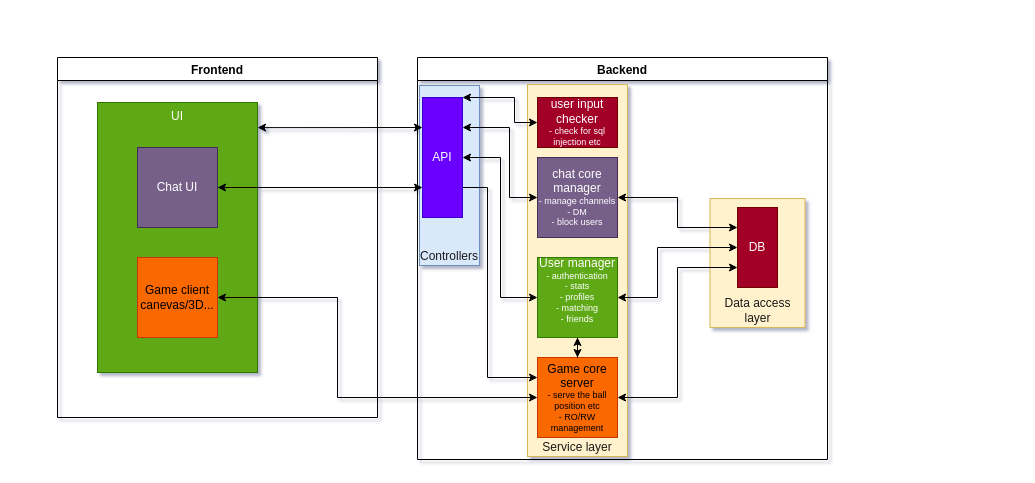
The draw.io diagram docs/architecture.drawio in frdescam/transcendence, before the edit. Source tidied: cells renumbered, new cells numbered last; positions are measured from the earlier drawing's top-left corner, leaving out a move shared by most shapes. Both pictures are drawn from the tidied source at 100%, with x=0, y=0 at pixel (57, 57).
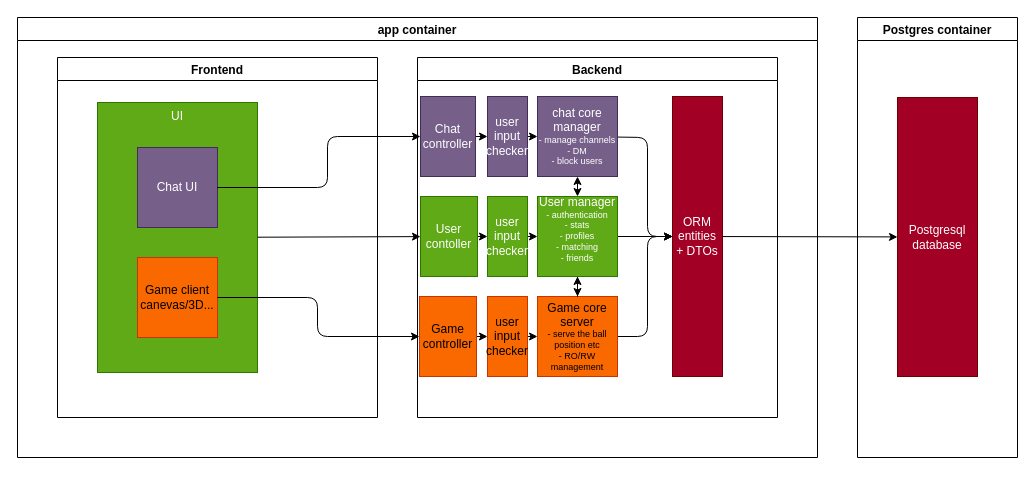
The same page after the edit.

Commit message (it also covers changes not shown here):
update architecture diagram

Unchanged cells that the change refers to:
```xml
<mxCell id="20" value="UI" style="rounded=0;whiteSpace=wrap;html=1;verticalAlign=top;fillColor=#60a917;fontColor=#ffffff;strokeColor=#2D7600;" parent="19" vertex="1">
  <mxGeometry x="40" y="45" width="160" height="270" as="geometry" />
</mxCell>
<mxCell id="21" value="Game client canevas/3D..." style="whiteSpace=wrap;html=1;fillColor=#fa6800;fontColor=#000000;strokeColor=#C73500;" parent="19" vertex="1">
  <mxGeometry x="80" y="200" width="80" height="80" as="geometry" />
</mxCell>
<mxCell id="22" value="Chat UI" style="whiteSpace=wrap;html=1;fillColor=#76608a;fontColor=#ffffff;strokeColor=#432D57;" parent="19" vertex="1">
  <mxGeometry x="80" y="90" width="80" height="80" as="geometry" />
</mxCell>
```

Change to the diagram source:
```diff
@@
-<mxGraphModel shadow="1">
+<mxGraphModel>
@@
     <mxCell id="2" value="Backend" style="swimlane;" parent="1" vertex="1">
-      <mxGeometry x="360" width="410" height="402" as="geometry" />
+      <mxGeometry x="360" width="360" height="360" as="geometry" />
     </mxCell>
-    <mxCell id="3" value="&lt;font color=&quot;#1a1a1a&quot;&gt;Service layer&lt;/font&gt;" style="rounded=0;whiteSpace=wrap;html=1;fillColor=#fff2cc;strokeColor=#d6b656;verticalAlign=bottom;" parent="2" vertex="1">
-      <mxGeometry x="110" y="27" width="100" height="372" as="geometry" />
-    </mxCell>
+    <mxCell id="27" style="edgeStyle=none;html=1;" parent="2" edge="1" source="4" target="10">
+      <mxGeometry relative="1" as="geometry" />
+    </mxCell>
-    <mxCell id="4" value="&lt;div&gt;user input checker&lt;/div&gt;&lt;div style=&quot;font-size: 9px&quot;&gt;- check for sql injection etc&lt;br&gt;&lt;/div&gt;" style="rounded=0;whiteSpace=wrap;html=1;fillColor=#a20025;fontColor=#ffffff;strokeColor=#6F0000;" parent="2" vertex="1">
-      <mxGeometry x="120" y="40" width="80" height="50" as="geometry" />
+    <mxCell id="4" value="&lt;div&gt;user input checker&lt;/div&gt;" style="rounded=0;whiteSpace=wrap;html=1;fillColor=#76608a;fontColor=#ffffff;strokeColor=#432D57;" parent="2" vertex="1">
+      <mxGeometry x="70" y="39" width="40" height="80" as="geometry" />
     </mxCell>
-    <mxCell id="5" value="&lt;font color=&quot;#1a1a1a&quot;&gt;Data access layer&lt;/font&gt;" style="rounded=0;whiteSpace=wrap;html=1;fillColor=#fff2cc;strokeColor=#d6b656;verticalAlign=bottom;" parent="2" vertex="1">
-      <mxGeometry x="292.5" y="141" width="95" height="129" as="geometry" />
-    </mxCell>
-    <mxCell id="6" value="DB" style="rounded=0;whiteSpace=wrap;html=1;fillColor=#a20025;fontColor=#ffffff;strokeColor=#6F0000;" parent="2" vertex="1">
-      <mxGeometry x="320" y="150" width="40" height="80" as="geometry" />
+    <mxCell id="6" value="ORM&lt;br&gt;entities + DTOs" style="rounded=0;whiteSpace=wrap;html=1;fillColor=#a20025;fontColor=#ffffff;strokeColor=#6F0000;" parent="2" vertex="1">
+      <mxGeometry x="255" y="39" width="50" height="280" as="geometry" />
     </mxCell>
-    <mxCell id="7" style="edgeStyle=orthogonalEdgeStyle;rounded=0;jettySize=auto;html=1;startArrow=classic;startFill=1;" parent="2" edge="1" source="8">
-      <mxGeometry relative="1" as="geometry">
-        <mxPoint x="320" y="210" as="targetPoint" />
-        <Array as="points">
-          <mxPoint x="260" y="340" />
-          <mxPoint x="260" y="210" />
-        </Array>
-      </mxGeometry>
-    </mxCell>
+    <mxCell id="28" style="edgeStyle=none;html=1;" parent="2" edge="1" source="8" target="6">
+      <mxGeometry relative="1" as="geometry">
+        <Array as="points">
+          <mxPoint x="230" y="279" />
+          <mxPoint x="230" y="179" />
+        </Array>
+      </mxGeometry>
+    </mxCell>
     <mxCell id="8" value="&lt;div&gt;Game core server&lt;/div&gt;&lt;div style=&quot;font-size: 9px&quot;&gt;- serve the ball position etc&lt;/div&gt;&lt;div style=&quot;font-size: 9px&quot;&gt;- RO/RW management&lt;br&gt;&lt;/div&gt;" style="rounded=0;whiteSpace=wrap;html=1;fillColor=#fa6800;fontColor=#000000;strokeColor=#C73500;" parent="2" vertex="1">
-      <mxGeometry x="120" y="300" width="80" height="80" as="geometry" />
+      <mxGeometry x="120" y="239" width="80" height="80" as="geometry" />
     </mxCell>
-    <mxCell id="9" style="edgeStyle=orthogonalEdgeStyle;rounded=0;jettySize=auto;html=1;startArrow=classic;startFill=1;" parent="2" edge="1" source="10" target="6">
+    <mxCell id="9" style="edgeStyle=none;html=1;" parent="2" edge="1" source="10" target="6">
       <mxGeometry relative="1" as="geometry">
         <Array as="points">
-          <mxPoint x="260" y="140" />
-          <mxPoint x="260" y="170" />
+          <mxPoint x="230" y="80" />
+          <mxPoint x="230" y="179" />
         </Array>
       </mxGeometry>
     </mxCell>
+    <mxCell id="29" style="edgeStyle=none;html=1;startArrow=classic;startFill=1;" parent="2" edge="1" source="10" target="13">
+      <mxGeometry relative="1" as="geometry" />
+    </mxCell>
     <mxCell id="10" value="&lt;div&gt;chat core manager&lt;/div&gt;&lt;div style=&quot;font-size: 9px&quot;&gt;- manage channels&lt;/div&gt;&lt;div style=&quot;font-size: 9px&quot;&gt;- DM&lt;/div&gt;&lt;div style=&quot;font-size: 9px&quot;&gt;- block users&lt;br&gt;&lt;/div&gt;" style="whiteSpace=wrap;html=1;fillColor=#76608a;fontColor=#ffffff;strokeColor=#432D57;" parent="2" vertex="1">
-      <mxGeometry x="120" y="100" width="80" height="80" as="geometry" />
+      <mxGeometry x="120" y="39" width="80" height="80" as="geometry" />
     </mxCell>
+    <mxCell id="12" style="edgeStyle=orthogonalEdgeStyle;rounded=0;jettySize=auto;html=1;startArrow=classic;startFill=1;" parent="2" edge="1" source="13" target="8">
+      <mxGeometry relative="1" as="geometry" />
+    </mxCell>
-    <mxCell id="11" style="edgeStyle=orthogonalEdgeStyle;rounded=0;jettySize=auto;html=1;entryX=0;entryY=0.5;entryDx=0;entryDy=0;startArrow=classic;startFill=1;" parent="2" edge="1" source="13" target="6">
-      <mxGeometry relative="1" as="geometry">
-        <Array as="points">
-          <mxPoint x="240" y="240" />
-          <mxPoint x="240" y="190" />
-        </Array>
-      </mxGeometry>
+    <mxCell id="11" style="edgeStyle=none;html=1;" parent="2" edge="1" source="13" target="6">
+      <mxGeometry relative="1" as="geometry" />
     </mxCell>
-    <mxCell id="12" style="edgeStyle=orthogonalEdgeStyle;rounded=0;jettySize=auto;html=1;startArrow=classic;startFill=1;" parent="2" edge="1" source="13" target="8">
-      <mxGeometry relative="1" as="geometry" />
-    </mxCell>
     <mxCell id="13" value="&lt;div&gt;User manager&lt;/div&gt;&lt;div style=&quot;font-size: 9px&quot;&gt;- &lt;font style=&quot;font-size: 9px&quot;&gt;authentication&lt;/font&gt;&lt;/div&gt;&lt;div style=&quot;font-size: 9px&quot;&gt;&lt;font style=&quot;font-size: 9px&quot;&gt;- stats&lt;/font&gt;&lt;/div&gt;&lt;div style=&quot;font-size: 9px&quot;&gt;&lt;font style=&quot;font-size: 9px&quot;&gt;- profiles&lt;/font&gt;&lt;/div&gt;&lt;div style=&quot;font-size: 9px&quot;&gt;&lt;font style=&quot;font-size: 9px&quot;&gt;- matching&lt;/font&gt;&lt;/div&gt;&lt;div style=&quot;font-size: 9px&quot;&gt;&lt;font style=&quot;font-size: 9px&quot;&gt;- friends&lt;br&gt;&lt;/font&gt;&lt;/div&gt;&lt;div&gt;&lt;br&gt;&lt;/div&gt;" style="whiteSpace=wrap;html=1;fillColor=#60a917;fontColor=#ffffff;strokeColor=#2D7600;" parent="2" vertex="1">
-      <mxGeometry x="120" y="200" width="80" height="80" as="geometry" />
+      <mxGeometry x="120" y="139" width="80" height="80" as="geometry" />
     </mxCell>
-    <mxCell id="14" value="&lt;font color=&quot;#1a1a1a&quot;&gt;Controllers&lt;/font&gt;" style="rounded=0;whiteSpace=wrap;html=1;fillColor=#dae8fc;strokeColor=#6c8ebf;verticalAlign=bottom;" parent="2" vertex="1">
-      <mxGeometry x="2" y="28" width="60" height="180" as="geometry" />
-    </mxCell>
-    <mxCell id="15" style="edgeStyle=orthogonalEdgeStyle;rounded=0;jettySize=auto;html=1;entryX=0;entryY=0.5;entryDx=0;entryDy=0;startArrow=classic;startFill=1;exitX=1;exitY=0;exitDx=0;exitDy=0;" parent="1" edge="1" source="18" target="4">
-      <mxGeometry relative="1" as="geometry">
-        <Array as="points">
-          <mxPoint x="457" y="40" />
-          <mxPoint x="457" y="65" />
-        </Array>
-      </mxGeometry>
+    <mxCell id="15" style="edgeStyle=none;html=1;" parent="2" edge="1" source="18" target="4">
+      <mxGeometry relative="1" as="geometry" />
     </mxCell>
-    <mxCell id="16" style="edgeStyle=orthogonalEdgeStyle;rounded=0;jettySize=auto;html=1;startArrow=classic;startFill=1;exitX=1;exitY=0.25;exitDx=0;exitDy=0;" parent="1" edge="1" source="18" target="10">
-      <mxGeometry relative="1" as="geometry">
-        <Array as="points">
-          <mxPoint x="452" y="70" />
-          <mxPoint x="452" y="140" />
-        </Array>
-      </mxGeometry>
-    </mxCell>
-    <mxCell id="17" style="edgeStyle=orthogonalEdgeStyle;rounded=0;jettySize=auto;html=1;entryX=0;entryY=0.25;entryDx=0;entryDy=0;exitX=1;exitY=0.75;exitDx=0;exitDy=0;" parent="1" edge="1" source="18" target="8">
-      <mxGeometry relative="1" as="geometry">
-        <Array as="points">
-          <mxPoint x="430" y="130" />
-          <mxPoint x="430" y="320" />
-        </Array>
-      </mxGeometry>
-    </mxCell>
-    <mxCell id="18" value="API" style="rounded=0;whiteSpace=wrap;html=1;fillColor=#6a00ff;fontColor=#ffffff;strokeColor=#3700CC;" parent="1" vertex="1">
-      <mxGeometry x="365" y="40" width="40" height="120" as="geometry" />
+    <mxCell id="18" value="Chat controller" style="rounded=0;whiteSpace=wrap;html=1;fillColor=#76608a;strokeColor=#432D57;fontColor=#ffffff;" parent="2" vertex="1">
+      <mxGeometry x="3" y="39" width="55" height="80" as="geometry" />
     </mxCell>
+    <mxCell id="30" style="edgeStyle=none;html=1;" parent="2" edge="1" source="31" target="35">
+      <mxGeometry relative="1" as="geometry" />
+    </mxCell>
+    <mxCell id="31" value="User contoller" style="rounded=0;whiteSpace=wrap;html=1;fillColor=#60a917;fontColor=#ffffff;strokeColor=#2D7600;" parent="2" vertex="1">
+      <mxGeometry x="3" y="139" width="57" height="80" as="geometry" />
+    </mxCell>
+    <mxCell id="32" style="edgeStyle=none;html=1;" parent="2" edge="1" source="33" target="37">
+      <mxGeometry relative="1" as="geometry" />
+    </mxCell>
+    <mxCell id="33" value="Game controller" style="rounded=0;whiteSpace=wrap;html=1;fillColor=#fa6800;fontColor=#000000;strokeColor=#C73500;" parent="2" vertex="1">
+      <mxGeometry x="2" y="239" width="57" height="80" as="geometry" />
+    </mxCell>
+    <mxCell id="34" style="edgeStyle=none;html=1;" parent="2" edge="1" source="35" target="13">
+      <mxGeometry relative="1" as="geometry" />
+    </mxCell>
+    <mxCell id="35" value="user input checker" style="rounded=0;whiteSpace=wrap;html=1;fillColor=#60a917;fontColor=#ffffff;strokeColor=#2D7600;" parent="2" vertex="1">
+      <mxGeometry x="70" y="139" width="40" height="80" as="geometry" />
+    </mxCell>
+    <mxCell id="36" style="edgeStyle=none;html=1;" parent="2" edge="1" source="37" target="8">
+      <mxGeometry relative="1" as="geometry" />
+    </mxCell>
+    <mxCell id="37" value="user input checker" style="rounded=0;whiteSpace=wrap;html=1;fillColor=#fa6800;fontColor=#000000;strokeColor=#C73500;" parent="2" vertex="1">
+      <mxGeometry x="70" y="239" width="40" height="80" as="geometry" />
+    </mxCell>
@@
-    <mxCell id="23" style="edgeStyle=orthogonalEdgeStyle;rounded=0;jettySize=auto;html=1;entryX=0;entryY=0.5;entryDx=0;entryDy=0;startArrow=classic;startFill=1;" parent="1" edge="1" source="21" target="8">
-      <mxGeometry relative="1" as="geometry">
-        <Array as="points">
-          <mxPoint x="280" y="240" />
-          <mxPoint x="280" y="340" />
-        </Array>
-      </mxGeometry>
-    </mxCell>
-    <mxCell id="24" style="edgeStyle=orthogonalEdgeStyle;rounded=0;jettySize=auto;html=1;entryX=0;entryY=0.25;entryDx=0;entryDy=0;startArrow=classic;startFill=1;exitX=1;exitY=0.093;exitDx=0;exitDy=0;exitPerimeter=0;" parent="1" edge="1" source="20" target="18">
-      <mxGeometry relative="1" as="geometry" />
-    </mxCell>
+    <mxCell id="38" value="Postgres container" style="swimlane;" parent="1" vertex="1">
+      <mxGeometry x="800" y="-40" width="160" height="440" as="geometry" />
+    </mxCell>
+    <mxCell id="39" value="Postgresql database" style="rounded=0;whiteSpace=wrap;html=1;fillColor=#a20025;fontColor=#ffffff;strokeColor=#6F0000;" parent="38" vertex="1">
+      <mxGeometry x="40" y="80" width="80" height="279" as="geometry" />
+    </mxCell>
+    <mxCell id="40" value="app container" style="swimlane;" parent="1" vertex="1">
+      <mxGeometry x="-40" y="-40" width="800" height="440" as="geometry" />
+    </mxCell>
+    <mxCell id="41" style="edgeStyle=none;html=1;" parent="1" edge="1" source="20" target="31">
+      <mxGeometry relative="1" as="geometry" />
+    </mxCell>
-    <mxCell id="25" style="edgeStyle=orthogonalEdgeStyle;rounded=0;jettySize=auto;html=1;entryX=0;entryY=0.75;entryDx=0;entryDy=0;startArrow=classic;startFill=1;" parent="1" edge="1" source="22" target="18">
-      <mxGeometry relative="1" as="geometry" />
+    <mxCell id="25" style="edgeStyle=none;html=1;" parent="1" edge="1" source="22" target="18">
+      <mxGeometry relative="1" as="geometry">
+        <Array as="points">
+          <mxPoint x="270" y="130" />
+          <mxPoint x="270" y="79" />
+        </Array>
+      </mxGeometry>
     </mxCell>
-    <mxCell id="26" style="edgeStyle=orthogonalEdgeStyle;rounded=0;jettySize=auto;html=1;startArrow=classic;startFill=1;entryX=1;entryY=0.5;entryDx=0;entryDy=0;" parent="1" edge="1" source="13" target="18">
-      <mxGeometry relative="1" as="geometry">
-        <Array as="points">
-          <mxPoint x="443" y="240" />
-          <mxPoint x="443" y="100" />
-        </Array>
-      </mxGeometry>
-    </mxCell>
+    <mxCell id="42" style="edgeStyle=none;html=1;" parent="1" edge="1" source="21" target="33">
+      <mxGeometry relative="1" as="geometry">
+        <Array as="points">
+          <mxPoint x="260" y="240" />
+          <mxPoint x="260" y="279" />
+        </Array>
+      </mxGeometry>
+    </mxCell>
+    <mxCell id="43" style="edgeStyle=none;html=1;" parent="1" edge="1" source="6" target="39">
+      <mxGeometry relative="1" as="geometry" />
+    </mxCell>
```
